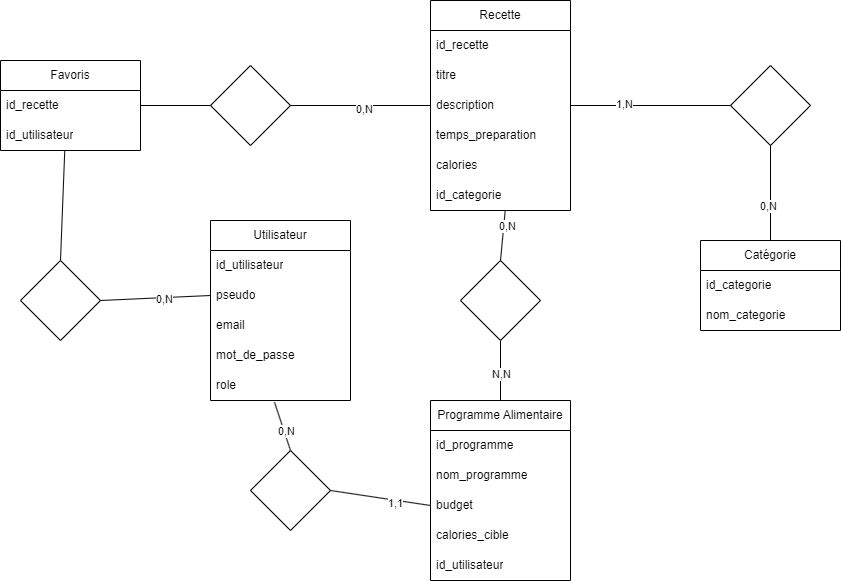
Above: mcd.drawio.png in AnanasPTC/basique_cuisine (draw.io), before the change. Source tidied: cells renumbered, new cells last; positions are measured from the earlier drawing's top-left corner, leaving out a move shared by most shapes.
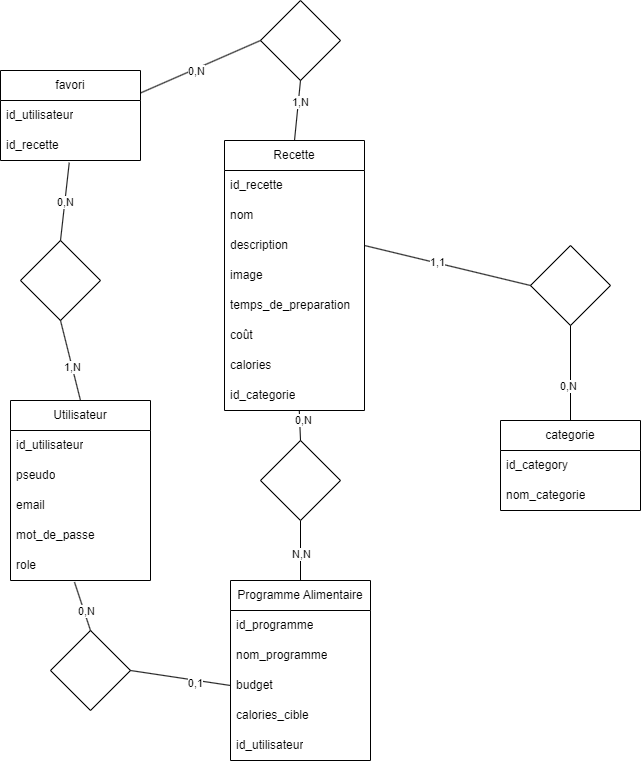
The same file after the commit.

What changed in the source:
```diff
@@ -20,10 +20,10 @@
     <mxCell id="7" value="role" style="text;strokeColor=none;fillColor=none;align=left;verticalAlign=middle;spacingLeft=4;spacingRight=4;overflow=hidden;points=[[0,0.5],[1,0.5]];portConstraint=eastwest;whiteSpace=wrap;html=1;" parent="2" vertex="1">
       <mxGeometry y="150" width="140" height="30" as="geometry" />
     </mxCell>
-    <mxCell id="8" value="Catégorie" style="swimlane;fontStyle=0;horizontal=1;startSize=30;whiteSpace=wrap;html=1;" parent="1" vertex="1">
+    <mxCell id="8" value="categorie" style="swimlane;fontStyle=0;horizontal=1;startSize=30;whiteSpace=wrap;html=1;" parent="1" vertex="1">
       <mxGeometry x="700" y="240" width="140" height="90" as="geometry" />
     </mxCell>
-    <mxCell id="9" value="id_categorie" style="text;strokeColor=none;fillColor=none;align=left;verticalAlign=middle;spacingLeft=4;spacingRight=4;overflow=hidden;whiteSpace=wrap;html=1;" parent="8" vertex="1">
+    <mxCell id="9" value="id_category" style="text;strokeColor=none;fillColor=none;align=left;verticalAlign=middle;spacingLeft=4;spacingRight=4;overflow=hidden;whiteSpace=wrap;html=1;" parent="8" vertex="1">
       <mxGeometry y="30" width="140" height="30" as="geometry" />
     </mxCell>
     <mxCell id="10" value="nom_categorie" style="text;strokeColor=none;fillColor=none;align=left;verticalAlign=middle;spacingLeft=4;spacingRight=4;overflow=hidden;whiteSpace=wrap;html=1;" parent="8" vertex="1">
@@ -48,25 +48,31 @@
       <mxGeometry y="150" width="140" height="30" as="geometry" />
     </mxCell>
     <mxCell id="17" value="Recette" style="swimlane;fontStyle=0;horizontal=1;startSize=30;whiteSpace=wrap;html=1;" parent="1" vertex="1">
-      <mxGeometry x="430" width="140" height="210" as="geometry" />
+      <mxGeometry x="424" y="-40" width="140" height="270" as="geometry" />
     </mxCell>
     <mxCell id="18" value="id_recette" style="text;strokeColor=none;fillColor=none;align=left;verticalAlign=middle;spacingLeft=4;spacingRight=4;overflow=hidden;whiteSpace=wrap;html=1;" parent="17" vertex="1">
       <mxGeometry y="30" width="140" height="30" as="geometry" />
     </mxCell>
-    <mxCell id="19" value="titre" style="text;strokeColor=none;fillColor=none;align=left;verticalAlign=middle;spacingLeft=4;spacingRight=4;overflow=hidden;whiteSpace=wrap;html=1;" parent="17" vertex="1">
+    <mxCell id="19" value="nom" style="text;strokeColor=none;fillColor=none;align=left;verticalAlign=middle;spacingLeft=4;spacingRight=4;overflow=hidden;whiteSpace=wrap;html=1;" parent="17" vertex="1">
       <mxGeometry y="60" width="140" height="30" as="geometry" />
     </mxCell>
     <mxCell id="20" value="description" style="text;strokeColor=none;fillColor=none;align=left;verticalAlign=middle;spacingLeft=4;spacingRight=4;overflow=hidden;points=[[0,0.5],[1,0.5]];portConstraint=eastwest;whiteSpace=wrap;html=1;" parent="17" vertex="1">
       <mxGeometry y="90" width="140" height="30" as="geometry" />
     </mxCell>
+    <mxCell id="50" value="image" style="text;strokeColor=none;fillColor=none;align=left;verticalAlign=middle;spacingLeft=4;spacingRight=4;overflow=hidden;whiteSpace=wrap;html=1;" parent="17" vertex="1">
+      <mxGeometry y="120" width="140" height="30" as="geometry" />
+    </mxCell>
-    <mxCell id="21" value="temps_preparation" style="text;strokeColor=none;fillColor=none;align=left;verticalAlign=middle;spacingLeft=4;spacingRight=4;overflow=hidden;whiteSpace=wrap;html=1;" parent="17" vertex="1">
-      <mxGeometry y="120" width="140" height="30" as="geometry" />
+    <mxCell id="21" value="temps_de_preparation" style="text;strokeColor=none;fillColor=none;align=left;verticalAlign=middle;spacingLeft=4;spacingRight=4;overflow=hidden;whiteSpace=wrap;html=1;" parent="17" vertex="1">
+      <mxGeometry y="150" width="140" height="30" as="geometry" />
     </mxCell>
+    <mxCell id="51" value="coût" style="text;strokeColor=none;fillColor=none;align=left;verticalAlign=middle;spacingLeft=4;spacingRight=4;overflow=hidden;whiteSpace=wrap;html=1;" parent="17" vertex="1">
+      <mxGeometry y="180" width="140" height="30" as="geometry" />
+    </mxCell>
     <mxCell id="22" value="calories" style="text;strokeColor=none;fillColor=none;align=left;verticalAlign=middle;spacingLeft=4;spacingRight=4;overflow=hidden;whiteSpace=wrap;html=1;" parent="17" vertex="1">
-      <mxGeometry y="150" width="140" height="30" as="geometry" />
+      <mxGeometry y="210" width="140" height="30" as="geometry" />
     </mxCell>
     <mxCell id="23" value="id_categorie" style="text;strokeColor=none;fillColor=none;align=left;verticalAlign=middle;spacingLeft=4;spacingRight=4;overflow=hidden;points=[[0,0.5],[1,0.5]];portConstraint=eastwest;whiteSpace=wrap;html=1;" parent="17" vertex="1">
-      <mxGeometry y="180" width="140" height="30" as="geometry" />
+      <mxGeometry y="240" width="140" height="30" as="geometry" />
     </mxCell>
     <mxCell id="24" style="rhombus;whiteSpace=wrap;html=1;" parent="1" vertex="1">
       <mxGeometry x="730" y="65" width="80" height="80" as="geometry" />
@@ -77,19 +83,22 @@
     <mxCell id="26" value="0,N" style="edgeLabel;html=1;align=center;verticalAlign=middle;" parent="25" vertex="1">
       <mxGeometry x="0.26" y="-3" relative="1" as="geometry" />
     </mxCell>
-    <mxCell id="27" style="endArrow=none;html=1;rounded=0;entryX=0;entryY=0.5;entryDx=0;entryDy=0;exitX=1;exitY=0.5;exitDx=0;exitDy=0;" parent="1" edge="1" source="20" target="24">
-      <mxGeometry relative="1" as="geometry" />
+    <mxCell id="27" style="endArrow=none;html=1;rounded=0;entryX=0;entryY=0.5;entryDx=0;entryDy=0;exitX=1;exitY=0.5;exitDx=0;exitDy=0;" parent="1" edge="1">
+      <mxGeometry relative="1" as="geometry">
+        <mxPoint x="564" y="65" as="sourcePoint" />
+        <mxPoint x="730" y="105" as="targetPoint" />
+      </mxGeometry>
     </mxCell>
-    <mxCell id="28" value="1,N" style="edgeLabel;html=1;align=center;verticalAlign=middle;" parent="27" vertex="1">
-      <mxGeometry x="-0.33" y="2" relative="1" as="geometry" />
-    </mxCell>
+    <mxCell id="52" value="1,1" style="edgeLabel;html=1;align=center;verticalAlign=middle;" parent="27" vertex="1">
+      <mxGeometry x="-0.14" y="1" relative="1" as="geometry" />
+    </mxCell>
     <mxCell id="29" style="rhombus;whiteSpace=wrap;html=1;" parent="1" vertex="1">
       <mxGeometry x="250" y="450" width="80" height="80" as="geometry" />
     </mxCell>
     <mxCell id="30" style="endArrow=none;html=1;rounded=0;exitX=0;exitY=0.5;exitDx=0;exitDy=0;entryX=1;entryY=0.5;entryDx=0;entryDy=0;" parent="1" edge="1" source="14" target="29">
       <mxGeometry relative="1" as="geometry" />
     </mxCell>
-    <mxCell id="31" value="1,1" style="edgeLabel;html=1;align=center;verticalAlign=middle;" parent="30" vertex="1">
+    <mxCell id="31" value="0,1" style="edgeLabel;html=1;align=center;verticalAlign=middle;" parent="30" vertex="1">
       <mxGeometry x="-0.32" y="3" relative="1" as="geometry" />
     </mxCell>
     <mxCell id="32" style="endArrow=none;html=1;rounded=0;exitX=0.5;exitY=0;exitDx=0;exitDy=0;entryX=0.457;entryY=1.053;entryDx=0;entryDy=0;entryPerimeter=0;" parent="1" edge="1" source="29" target="7">
@@ -98,15 +107,6 @@
     <mxCell id="33" value="0,N" style="edgeLabel;html=1;align=center;verticalAlign=middle;" parent="32" vertex="1">
       <mxGeometry x="-0.2" y="-2" relative="1" as="geometry" />
     </mxCell>
-    <mxCell id="34" style="rhombus;whiteSpace=wrap;html=1;" parent="1" vertex="1">
-      <mxGeometry x="210" y="65" width="80" height="80" as="geometry" />
-    </mxCell>
-    <mxCell id="35" style="endArrow=none;html=1;rounded=0;entryX=0;entryY=0.5;entryDx=0;entryDy=0;exitX=1;exitY=0.5;exitDx=0;exitDy=0;" parent="1" edge="1" source="34" target="20">
-      <mxGeometry relative="1" as="geometry" />
-    </mxCell>
-    <mxCell id="36" value="0,N" style="edgeLabel;html=1;align=center;verticalAlign=middle;" parent="35" vertex="1">
-      <mxGeometry x="0.05" y="-3" relative="1" as="geometry" />
-    </mxCell>
     <mxCell id="37" style="endArrow=none;html=1;rounded=0;exitX=0.5;exitY=0;exitDx=0;exitDy=0;entryX=0.5;entryY=1;entryDx=0;entryDy=0;" parent="1" edge="1" source="11" target="39">
       <mxGeometry relative="1" as="geometry" />
     </mxCell>
@@ -122,29 +122,44 @@
     <mxCell id="41" value="0,N" style="edgeLabel;html=1;align=center;verticalAlign=middle;" parent="40" vertex="1">
       <mxGeometry x="-0.36" y="3" relative="1" as="geometry" />
     </mxCell>
-    <mxCell id="42" value="Favoris" style="swimlane;fontStyle=0;horizontal=1;startSize=30;whiteSpace=wrap;html=1;" parent="1" vertex="1">
-      <mxGeometry y="60" width="140" height="90" as="geometry" />
-    </mxCell>
+    <mxCell id="53" value="favori" style="swimlane;fontStyle=0;horizontal=1;startSize=30;whiteSpace=wrap;html=1;" parent="1" vertex="1">
+      <mxGeometry x="200" y="-110" width="140" height="90" as="geometry" />
+    </mxCell>
+    <mxCell id="44" value="id_utilisateur" style="text;strokeColor=none;fillColor=none;align=left;verticalAlign=middle;spacingLeft=4;spacingRight=4;overflow=hidden;points=[[0,0.5],[1,0.5]];portConstraint=eastwest;whiteSpace=wrap;html=1;" parent="53" vertex="1">
+      <mxGeometry y="30" width="140" height="30" as="geometry" />
+    </mxCell>
-    <mxCell id="43" value="id_recette" style="text;strokeColor=none;fillColor=none;align=left;verticalAlign=middle;spacingLeft=4;spacingRight=4;overflow=hidden;points=[[0,0.5],[1,0.5]];portConstraint=eastwest;whiteSpace=wrap;html=1;" parent="42" vertex="1">
-      <mxGeometry y="30" width="140" height="30" as="geometry" />
+    <mxCell id="43" value="id_recette" style="text;strokeColor=none;fillColor=none;align=left;verticalAlign=middle;spacingLeft=4;spacingRight=4;overflow=hidden;points=[[0,0.5],[1,0.5]];portConstraint=eastwest;whiteSpace=wrap;html=1;" parent="53" vertex="1">
+      <mxGeometry y="60" width="140" height="30" as="geometry" />
     </mxCell>
-    <mxCell id="44" value="id_utilisateur" style="text;strokeColor=none;fillColor=none;align=left;verticalAlign=middle;spacingLeft=4;spacingRight=4;overflow=hidden;points=[[0,0.5],[1,0.5]];portConstraint=eastwest;whiteSpace=wrap;html=1;" parent="42" vertex="1">
-      <mxGeometry y="60" width="140" height="30" as="geometry" />
-    </mxCell>
-    <mxCell id="45" style="rhombus;whiteSpace=wrap;html=1;" parent="1" vertex="1">
-      <mxGeometry x="20" y="260" width="80" height="80" as="geometry" />
-    </mxCell>
-    <mxCell id="46" style="endArrow=none;html=1;rounded=0;entryX=0;entryY=0.5;entryDx=0;entryDy=0;exitX=1;exitY=0.5;exitDx=0;exitDy=0;" parent="1" edge="1" source="45" target="4">
-      <mxGeometry relative="1" as="geometry" />
-    </mxCell>
-    <mxCell id="47" value="0,N" style="edgeLabel;html=1;align=center;verticalAlign=middle;" parent="46" vertex="1">
-      <mxGeometry x="0.17" y="-1" relative="1" as="geometry" />
-    </mxCell>
-    <mxCell id="48" style="endArrow=none;html=1;rounded=0;entryX=0.459;entryY=1;entryDx=0;entryDy=0;entryPerimeter=0;exitX=0.5;exitY=0;exitDx=0;exitDy=0;" parent="1" edge="1" source="45" target="44">
-      <mxGeometry relative="1" as="geometry" />
-    </mxCell>
-    <mxCell id="49" style="endArrow=none;html=1;rounded=0;entryX=0;entryY=0.5;entryDx=0;entryDy=0;exitX=1;exitY=0.5;exitDx=0;exitDy=0;" parent="1" edge="1" source="43" target="34">
-      <mxGeometry relative="1" as="geometry" />
-    </mxCell>
+    <mxCell id="54" style="rhombus;whiteSpace=wrap;html=1;" parent="1" vertex="1">
+      <mxGeometry x="220" y="60" width="80" height="80" as="geometry" />
+    </mxCell>
+    <mxCell id="55" style="endArrow=none;html=1;rounded=0;exitX=0.491;exitY=1.073;exitDx=0;exitDy=0;exitPerimeter=0;entryX=0.5;entryY=0;entryDx=0;entryDy=0;" parent="1" edge="1" source="43" target="54">
+      <mxGeometry relative="1" as="geometry" />
+    </mxCell>
+    <mxCell id="56" value="0,N" style="edgeLabel;html=1;align=center;verticalAlign=middle;" parent="55" vertex="1">
+      <mxGeometry x="0.03" relative="1" as="geometry" />
+    </mxCell>
+    <mxCell id="57" style="endArrow=none;html=1;rounded=0;exitX=0.5;exitY=1;exitDx=0;exitDy=0;entryX=0.5;entryY=0;entryDx=0;entryDy=0;" parent="1" edge="1" source="54" target="2">
+      <mxGeometry relative="1" as="geometry" />
+    </mxCell>
+    <mxCell id="58" value="1,N" style="edgeLabel;html=1;align=center;verticalAlign=middle;" parent="57" vertex="1">
+      <mxGeometry x="0.16" relative="1" as="geometry" />
+    </mxCell>
+    <mxCell id="59" style="rhombus;whiteSpace=wrap;html=1;" parent="1" vertex="1">
+      <mxGeometry x="460" y="-180" width="80" height="80" as="geometry" />
+    </mxCell>
+    <mxCell id="60" style="endArrow=none;html=1;rounded=0;entryX=0;entryY=0.5;entryDx=0;entryDy=0;exitX=1;exitY=0.25;exitDx=0;exitDy=0;" parent="1" edge="1" source="53" target="59">
+      <mxGeometry relative="1" as="geometry" />
+    </mxCell>
+    <mxCell id="61" value="0,N" style="edgeLabel;html=1;align=center;verticalAlign=middle;" parent="60" vertex="1">
+      <mxGeometry x="-0.08" y="-2" relative="1" as="geometry" />
+    </mxCell>
+    <mxCell id="62" style="endArrow=none;html=1;rounded=0;entryX=0.5;entryY=1;entryDx=0;entryDy=0;exitX=0.5;exitY=0;exitDx=0;exitDy=0;" parent="1" edge="1" source="17" target="59">
+      <mxGeometry relative="1" as="geometry" />
+    </mxCell>
+    <mxCell id="63" value="1,N" style="edgeLabel;html=1;align=center;verticalAlign=middle;" parent="62" vertex="1">
+      <mxGeometry x="0.3" y="-2" relative="1" as="geometry" />
+    </mxCell>
   </root>
 </mxGraphModel>
```
